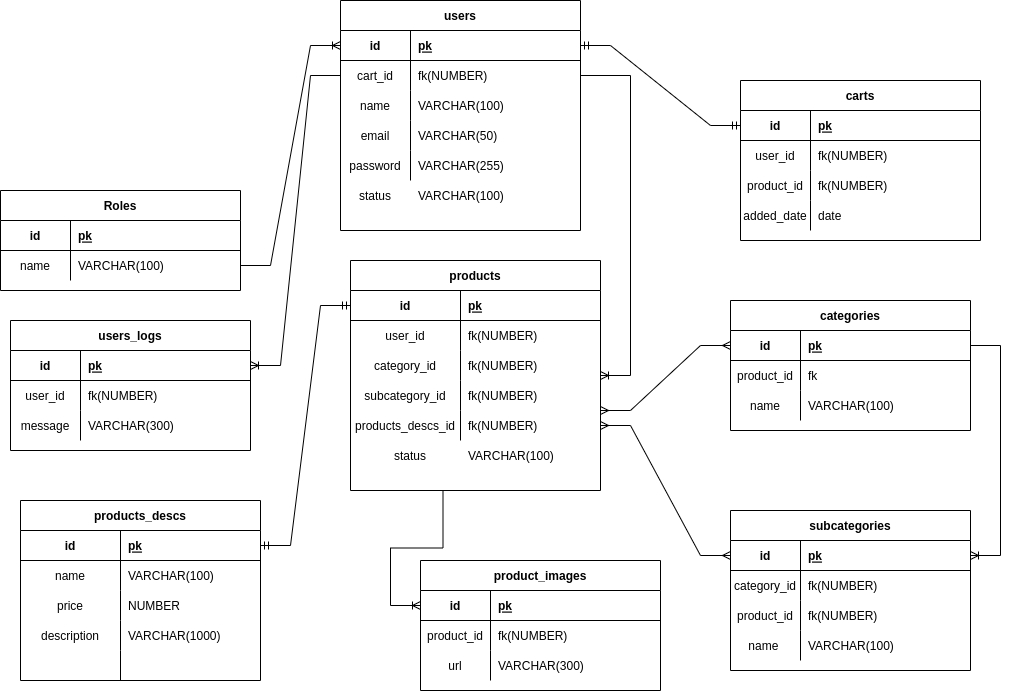
Before: db_diagram.png, a diagram exported from draw.io (DimaPekutko/DBMS-2022-053504). Source tidied: cells renumbered, new cells last; positions are measured from the earlier drawing's top-left corner, leaving out a move shared by most shapes.
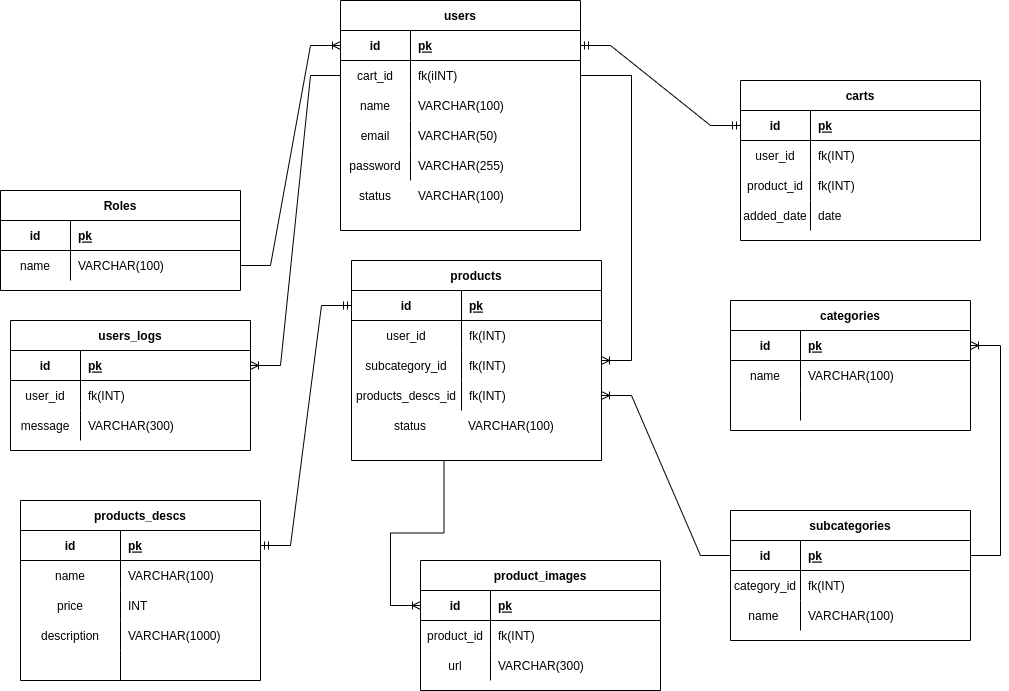
Above is the later version.

Commit message:
fix lab2 bugs

The edit, as a diff of the source:
```diff
@@ -20,7 +20,7 @@
     <mxCell id="7" value="cart_id" style="shape=partialRectangle;fillColor=none;top=0;left=0;bottom=0;right=0;overflow=hidden;" parent="6" vertex="1">
       <mxGeometry width="70" height="30" as="geometry" />
     </mxCell>
-    <mxCell id="8" value="fk(NUMBER)" style="shape=partialRectangle;fillColor=none;top=0;left=0;bottom=0;right=0;align=left;spacingLeft=6;overflow=hidden;" parent="6" vertex="1">
+    <mxCell id="8" value="fk(iINT)" style="shape=partialRectangle;fillColor=none;top=0;left=0;bottom=0;right=0;align=left;spacingLeft=6;overflow=hidden;" parent="6" vertex="1">
       <mxGeometry x="70" width="170" height="30" as="geometry" />
     </mxCell>
     <mxCell id="9" style="shape=tableRow;horizontal=0;startSize=0;swimlaneHead=0;swimlaneBody=0;fillColor=none;top=0;left=0;right=0;bottom=0;" parent="2" vertex="1">
@@ -89,7 +89,7 @@
     <mxCell id="30" value="user_id" style="shape=partialRectangle;fillColor=none;top=0;left=0;bottom=0;right=0;overflow=hidden;" parent="29" vertex="1">
       <mxGeometry width="70" height="30" as="geometry" />
     </mxCell>
-    <mxCell id="31" value="fk(NUMBER)" style="shape=partialRectangle;fillColor=none;top=0;left=0;bottom=0;right=0;align=left;spacingLeft=6;overflow=hidden;" parent="29" vertex="1">
+    <mxCell id="31" value="fk(INT)" style="shape=partialRectangle;fillColor=none;top=0;left=0;bottom=0;right=0;align=left;spacingLeft=6;overflow=hidden;" parent="29" vertex="1">
       <mxGeometry x="70" width="170" height="30" as="geometry" />
     </mxCell>
     <mxCell id="32" style="shape=tableRow;horizontal=0;startSize=0;swimlaneHead=0;swimlaneBody=0;fillColor=none;top=0;left=0;right=0;bottom=0;" parent="25" vertex="1">
@@ -102,7 +102,7 @@
       <mxGeometry x="70" width="170" height="30" as="geometry" />
     </mxCell>
     <mxCell id="35" value="products" style="shape=table;startSize=30;rowLines=0;fontStyle=1;align=center;" parent="1" vertex="1">
-      <mxGeometry x="350" y="260" width="250" height="230" as="geometry" />
+      <mxGeometry x="351" y="260" width="250" height="200" as="geometry" />
     </mxCell>
     <mxCell id="36" style="shape=tableRow;horizontal=0;startSize=0;swimlaneHead=0;swimlaneBody=0;fillColor=none;points=[[0,0.5],[1,0.5]];portConstraint=eastwest;top=0;left=0;right=0;bottom=1;" parent="35" vertex="1">
       <mxGeometry y="30" width="250" height="30" as="geometry" />
@@ -119,34 +119,25 @@
     <mxCell id="40" value="user_id" style="shape=partialRectangle;fillColor=none;top=0;left=0;bottom=0;right=0;overflow=hidden;" parent="39" vertex="1">
       <mxGeometry width="110" height="30" as="geometry" />
     </mxCell>
-    <mxCell id="41" value="fk(NUMBER)" style="shape=partialRectangle;fillColor=none;top=0;left=0;bottom=0;right=0;align=left;spacingLeft=6;overflow=hidden;" parent="39" vertex="1">
+    <mxCell id="41" value="fk(INT)" style="shape=partialRectangle;fillColor=none;top=0;left=0;bottom=0;right=0;align=left;spacingLeft=6;overflow=hidden;" parent="39" vertex="1">
       <mxGeometry x="110" width="140" height="30" as="geometry" />
     </mxCell>
-    <mxCell id="42" style="shape=tableRow;horizontal=0;startSize=0;swimlaneHead=0;swimlaneBody=0;fillColor=none;top=0;left=0;right=0;bottom=0;" parent="35" vertex="1">
-      <mxGeometry y="90" width="250" height="30" as="geometry" />
-    </mxCell>
-    <mxCell id="43" value="category_id" style="shape=partialRectangle;fillColor=none;top=0;left=0;bottom=0;right=0;overflow=hidden;" parent="42" vertex="1">
-      <mxGeometry width="110" height="30" as="geometry" />
-    </mxCell>
-    <mxCell id="44" value="fk(NUMBER)" style="shape=partialRectangle;fillColor=none;top=0;left=0;bottom=0;right=0;align=left;spacingLeft=6;overflow=hidden;" parent="42" vertex="1">
-      <mxGeometry x="110" width="140" height="30" as="geometry" />
-    </mxCell>
     <mxCell id="45" style="shape=tableRow;horizontal=0;startSize=0;swimlaneHead=0;swimlaneBody=0;fillColor=none;top=0;left=0;right=0;bottom=0;" parent="35" vertex="1">
-      <mxGeometry y="120" width="250" height="30" as="geometry" />
+      <mxGeometry y="90" width="250" height="30" as="geometry" />
     </mxCell>
     <mxCell id="46" value="subcategory_id" style="shape=partialRectangle;fillColor=none;top=0;left=0;bottom=0;right=0;overflow=hidden;" parent="45" vertex="1">
       <mxGeometry width="110" height="30" as="geometry" />
     </mxCell>
-    <mxCell id="47" value="fk(NUMBER)" style="shape=partialRectangle;fillColor=none;top=0;left=0;bottom=0;right=0;align=left;spacingLeft=6;overflow=hidden;" parent="45" vertex="1">
+    <mxCell id="47" value="fk(INT)" style="shape=partialRectangle;fillColor=none;top=0;left=0;bottom=0;right=0;align=left;spacingLeft=6;overflow=hidden;" parent="45" vertex="1">
       <mxGeometry x="110" width="140" height="30" as="geometry" />
     </mxCell>
     <mxCell id="48" style="shape=tableRow;horizontal=0;startSize=0;swimlaneHead=0;swimlaneBody=0;fillColor=none;points=[[0,0.5],[1,0.5]];portConstraint=eastwest;top=0;left=0;right=0;bottom=0;" parent="35" vertex="1">
-      <mxGeometry y="150" width="250" height="30" as="geometry" />
+      <mxGeometry y="120" width="250" height="30" as="geometry" />
     </mxCell>
     <mxCell id="49" value="products_descs_id" style="shape=partialRectangle;fillColor=none;top=0;left=0;bottom=0;right=0;overflow=hidden;" parent="48" vertex="1">
       <mxGeometry width="110" height="30" as="geometry" />
     </mxCell>
-    <mxCell id="50" value="fk(NUMBER)" style="shape=partialRectangle;fillColor=none;top=0;left=0;bottom=0;right=0;align=left;spacingLeft=6;overflow=hidden;" parent="48" vertex="1">
+    <mxCell id="50" value="fk(INT)" style="shape=partialRectangle;fillColor=none;top=0;left=0;bottom=0;right=0;align=left;spacingLeft=6;overflow=hidden;" parent="48" vertex="1">
       <mxGeometry x="110" width="140" height="30" as="geometry" />
     </mxCell>
     <mxCell id="51" style="shape=tableRow;horizontal=0;startSize=0;swimlaneHead=0;swimlaneBody=0;fillColor=none;top=0;left=0;right=0;bottom=0;" parent="1" vertex="1">
@@ -167,24 +158,24 @@
     <mxCell id="56" value="pk" style="shape=partialRectangle;fillColor=none;top=0;left=0;bottom=0;right=0;align=left;spacingLeft=6;fontStyle=5;overflow=hidden;" parent="54" vertex="1">
       <mxGeometry x="70" width="170" height="30" as="geometry" />
     </mxCell>
+    <mxCell id="60" style="shape=tableRow;horizontal=0;startSize=0;swimlaneHead=0;swimlaneBody=0;fillColor=none;top=0;left=0;right=0;bottom=0;" parent="53" vertex="1">
+      <mxGeometry y="60" width="240" height="30" as="geometry" />
+    </mxCell>
+    <mxCell id="61" value="name" style="shape=partialRectangle;fillColor=none;top=0;left=0;bottom=0;right=0;overflow=hidden;" parent="60" vertex="1">
+      <mxGeometry width="70" height="30" as="geometry" />
+    </mxCell>
+    <mxCell id="62" value="VARCHAR(100)" style="shape=partialRectangle;fillColor=none;top=0;left=0;bottom=0;right=0;align=left;spacingLeft=6;overflow=hidden;" parent="60" vertex="1">
+      <mxGeometry x="70" width="170" height="30" as="geometry" />
+    </mxCell>
     <mxCell id="57" style="shape=tableRow;horizontal=0;startSize=0;swimlaneHead=0;swimlaneBody=0;fillColor=none;top=0;left=0;right=0;bottom=0;" parent="53" vertex="1">
-      <mxGeometry y="60" width="240" height="30" as="geometry" />
+      <mxGeometry y="90" width="240" height="30" as="geometry" />
     </mxCell>
-    <mxCell id="58" value="product_id" style="shape=partialRectangle;fillColor=none;top=0;left=0;bottom=0;right=0;overflow=hidden;" parent="57" vertex="1">
+    <mxCell id="58" style="shape=partialRectangle;fillColor=none;top=0;left=0;bottom=0;right=0;overflow=hidden;" parent="57" vertex="1">
       <mxGeometry width="70" height="30" as="geometry" />
     </mxCell>
-    <mxCell id="59" value="fk" style="shape=partialRectangle;fillColor=none;top=0;left=0;bottom=0;right=0;align=left;spacingLeft=6;overflow=hidden;" parent="57" vertex="1">
+    <mxCell id="59" style="shape=partialRectangle;fillColor=none;top=0;left=0;bottom=0;right=0;align=left;spacingLeft=6;overflow=hidden;" parent="57" vertex="1">
       <mxGeometry x="70" width="170" height="30" as="geometry" />
     </mxCell>
-    <mxCell id="60" style="shape=tableRow;horizontal=0;startSize=0;swimlaneHead=0;swimlaneBody=0;fillColor=none;top=0;left=0;right=0;bottom=0;" parent="53" vertex="1">
-      <mxGeometry y="90" width="240" height="30" as="geometry" />
-    </mxCell>
-    <mxCell id="61" value="name" style="shape=partialRectangle;fillColor=none;top=0;left=0;bottom=0;right=0;overflow=hidden;" parent="60" vertex="1">
-      <mxGeometry width="70" height="30" as="geometry" />
-    </mxCell>
-    <mxCell id="62" value="VARCHAR(100)" style="shape=partialRectangle;fillColor=none;top=0;left=0;bottom=0;right=0;align=left;spacingLeft=6;overflow=hidden;" parent="60" vertex="1">
-      <mxGeometry x="70" width="170" height="30" as="geometry" />
-    </mxCell>
     <mxCell id="63" value="carts" style="shape=table;startSize=30;rowLines=0;fontStyle=1;align=center;" parent="1" vertex="1">
       <mxGeometry x="740" y="80" width="240" height="160" as="geometry" />
     </mxCell>
@@ -203,7 +194,7 @@
     <mxCell id="68" value="user_id" style="shape=partialRectangle;fillColor=none;top=0;left=0;bottom=0;right=0;overflow=hidden;" parent="67" vertex="1">
       <mxGeometry width="70" height="30" as="geometry" />
     </mxCell>
-    <mxCell id="69" value="fk(NUMBER)" style="shape=partialRectangle;fillColor=none;top=0;left=0;bottom=0;right=0;align=left;spacingLeft=6;overflow=hidden;" parent="67" vertex="1">
+    <mxCell id="69" value="fk(INT)" style="shape=partialRectangle;fillColor=none;top=0;left=0;bottom=0;right=0;align=left;spacingLeft=6;overflow=hidden;" parent="67" vertex="1">
       <mxGeometry x="70" width="170" height="30" as="geometry" />
     </mxCell>
     <mxCell id="70" style="shape=tableRow;horizontal=0;startSize=0;swimlaneHead=0;swimlaneBody=0;fillColor=none;top=0;left=0;right=0;bottom=0;" parent="63" vertex="1">
@@ -212,7 +203,7 @@
     <mxCell id="71" value="product_id" style="shape=partialRectangle;fillColor=none;top=0;left=0;bottom=0;right=0;overflow=hidden;" parent="70" vertex="1">
       <mxGeometry width="70" height="30" as="geometry" />
     </mxCell>
-    <mxCell id="72" value="fk(NUMBER)" style="shape=partialRectangle;fillColor=none;top=0;left=0;bottom=0;right=0;align=left;spacingLeft=6;overflow=hidden;" parent="70" vertex="1">
+    <mxCell id="72" value="fk(INT)" style="shape=partialRectangle;fillColor=none;top=0;left=0;bottom=0;right=0;align=left;spacingLeft=6;overflow=hidden;" parent="70" vertex="1">
       <mxGeometry x="70" width="170" height="30" as="geometry" />
     </mxCell>
     <mxCell id="73" style="shape=tableRow;horizontal=0;startSize=0;swimlaneHead=0;swimlaneBody=0;fillColor=none;top=0;left=0;right=0;bottom=0;" parent="63" vertex="1">
@@ -225,7 +216,7 @@
       <mxGeometry x="70" width="170" height="30" as="geometry" />
     </mxCell>
     <mxCell id="76" value="subcategories" style="shape=table;startSize=30;rowLines=0;fontStyle=1;align=center;" parent="1" vertex="1">
-      <mxGeometry x="730" y="510" width="240" height="160" as="geometry" />
+      <mxGeometry x="730" y="510" width="240" height="130" as="geometry" />
     </mxCell>
     <mxCell id="77" style="shape=tableRow;horizontal=0;startSize=0;swimlaneHead=0;swimlaneBody=0;fillColor=none;points=[[0,0.5],[1,0.5]];portConstraint=eastwest;top=0;left=0;right=0;bottom=1;" parent="76" vertex="1">
       <mxGeometry y="30" width="240" height="30" as="geometry" />
@@ -242,20 +233,11 @@
     <mxCell id="81" value="category_id" style="shape=partialRectangle;fillColor=none;top=0;left=0;bottom=0;right=0;overflow=hidden;" parent="80" vertex="1">
       <mxGeometry width="70" height="30" as="geometry" />
     </mxCell>
-    <mxCell id="82" value="fk(NUMBER)" style="shape=partialRectangle;fillColor=none;top=0;left=0;bottom=0;right=0;align=left;spacingLeft=6;overflow=hidden;" parent="80" vertex="1">
+    <mxCell id="82" value="fk(INT)" style="shape=partialRectangle;fillColor=none;top=0;left=0;bottom=0;right=0;align=left;spacingLeft=6;overflow=hidden;" parent="80" vertex="1">
       <mxGeometry x="70" width="170" height="30" as="geometry" />
     </mxCell>
-    <mxCell id="83" style="shape=tableRow;horizontal=0;startSize=0;swimlaneHead=0;swimlaneBody=0;fillColor=none;top=0;left=0;right=0;bottom=0;" parent="76" vertex="1">
-      <mxGeometry y="90" width="240" height="30" as="geometry" />
-    </mxCell>
-    <mxCell id="84" value="product_id" style="shape=partialRectangle;fillColor=none;top=0;left=0;bottom=0;right=0;overflow=hidden;" parent="83" vertex="1">
-      <mxGeometry width="70" height="30" as="geometry" />
-    </mxCell>
-    <mxCell id="85" value="fk(NUMBER)" style="shape=partialRectangle;fillColor=none;top=0;left=0;bottom=0;right=0;align=left;spacingLeft=6;overflow=hidden;" parent="83" vertex="1">
-      <mxGeometry x="70" width="170" height="30" as="geometry" />
-    </mxCell>
     <mxCell id="86" style="shape=tableRow;horizontal=0;startSize=0;swimlaneHead=0;swimlaneBody=0;fillColor=none;top=0;left=0;right=0;bottom=0;" parent="76" vertex="1">
-      <mxGeometry y="120" width="240" height="30" as="geometry" />
+      <mxGeometry y="90" width="240" height="30" as="geometry" />
     </mxCell>
     <mxCell id="87" value="name " style="shape=partialRectangle;fillColor=none;top=0;left=0;bottom=0;right=0;overflow=hidden;" parent="86" vertex="1">
       <mxGeometry width="70" height="30" as="geometry" />
@@ -281,7 +263,7 @@
     <mxCell id="94" value="product_id" style="shape=partialRectangle;fillColor=none;top=0;left=0;bottom=0;right=0;overflow=hidden;" parent="93" vertex="1">
       <mxGeometry width="70" height="30" as="geometry" />
     </mxCell>
-    <mxCell id="95" value="fk(NUMBER)" style="shape=partialRectangle;fillColor=none;top=0;left=0;bottom=0;right=0;align=left;spacingLeft=6;overflow=hidden;" parent="93" vertex="1">
+    <mxCell id="95" value="fk(INT)" style="shape=partialRectangle;fillColor=none;top=0;left=0;bottom=0;right=0;align=left;spacingLeft=6;overflow=hidden;" parent="93" vertex="1">
       <mxGeometry x="70" width="170" height="30" as="geometry" />
     </mxCell>
     <mxCell id="96" style="shape=tableRow;horizontal=0;startSize=0;swimlaneHead=0;swimlaneBody=0;fillColor=none;top=0;left=0;right=0;bottom=0;" parent="89" vertex="1">
@@ -305,15 +287,7 @@
     <mxCell id="102" style="edgeStyle=entityRelationEdgeStyle;fontSize=12;html=1;endArrow=ERoneToMany;rounded=0;exitX=1;exitY=0.5;exitDx=0;exitDy=0;" parent="1" edge="1" source="6" target="35">
       <mxGeometry relative="1" as="geometry" />
     </mxCell>
-    <mxCell id="103" style="edgeStyle=entityRelationEdgeStyle;fontSize=12;html=1;endArrow=ERmany;startArrow=ERmany;rounded=0;entryX=0;entryY=0.5;entryDx=0;entryDy=0;exitX=1;exitY=0.5;exitDx=0;exitDy=0;" parent="1" edge="1" source="48" target="77">
-      <mxGeometry relative="1" as="geometry" />
-    </mxCell>
-    <mxCell id="104" style="edgeStyle=entityRelationEdgeStyle;fontSize=12;html=1;endArrow=ERmany;startArrow=ERmany;rounded=0;entryX=0;entryY=0.5;entryDx=0;entryDy=0;exitX=1;exitY=0.5;exitDx=0;exitDy=0;" parent="1" edge="1" target="54">
-      <mxGeometry relative="1" as="geometry">
-        <mxPoint x="600" y="410" as="sourcePoint" />
-      </mxGeometry>
-    </mxCell>
-    <mxCell id="105" style="edgeStyle=entityRelationEdgeStyle;fontSize=12;html=1;endArrow=ERoneToMany;rounded=0;exitX=1;exitY=0.5;exitDx=0;exitDy=0;entryX=1;entryY=0.5;entryDx=0;entryDy=0;" parent="1" edge="1" source="54" target="77">
+    <mxCell id="105" style="edgeStyle=entityRelationEdgeStyle;fontSize=12;html=1;endArrow=ERoneToMany;rounded=0;entryX=1;entryY=0.5;entryDx=0;entryDy=0;exitX=1;exitY=0.5;exitDx=0;exitDy=0;" parent="1" edge="1" source="77" target="54">
       <mxGeometry relative="1" as="geometry" />
     </mxCell>
     <mxCell id="106" style="shape=tableRow;horizontal=0;startSize=0;swimlaneHead=0;swimlaneBody=0;fillColor=none;top=0;left=0;right=0;bottom=0;" parent="1" vertex="1">
@@ -358,7 +332,7 @@
     <mxCell id="119" value="price" style="shape=partialRectangle;fillColor=none;top=0;left=0;bottom=0;right=0;overflow=hidden;" parent="118" vertex="1">
       <mxGeometry width="100" height="30" as="geometry" />
     </mxCell>
-    <mxCell id="120" value="NUMBER" style="shape=partialRectangle;fillColor=none;top=0;left=0;bottom=0;right=0;align=left;spacingLeft=6;overflow=hidden;" parent="118" vertex="1">
+    <mxCell id="120" value="INT" style="shape=partialRectangle;fillColor=none;top=0;left=0;bottom=0;right=0;align=left;spacingLeft=6;overflow=hidden;" parent="118" vertex="1">
       <mxGeometry x="100" width="140" height="30" as="geometry" />
     </mxCell>
     <mxCell id="121" style="shape=tableRow;horizontal=0;startSize=0;swimlaneHead=0;swimlaneBody=0;fillColor=none;top=0;left=0;right=0;bottom=0;" parent="111" vertex="1">
@@ -386,10 +360,13 @@
       <mxGeometry relative="1" as="geometry" />
     </mxCell>
     <mxCell id="129" value="status" style="shape=partialRectangle;fillColor=none;top=0;left=0;bottom=0;right=0;overflow=hidden;" parent="1" vertex="1">
-      <mxGeometry x="360" y="440" width="100" height="30" as="geometry" />
+      <mxGeometry x="360" y="410" width="100" height="30" as="geometry" />
     </mxCell>
     <mxCell id="130" value="VARCHAR(100)" style="shape=partialRectangle;fillColor=none;top=0;left=0;bottom=0;right=0;align=left;spacingLeft=6;overflow=hidden;" parent="1" vertex="1">
-      <mxGeometry x="460" y="440" width="140" height="30" as="geometry" />
+      <mxGeometry x="460" y="410" width="140" height="30" as="geometry" />
     </mxCell>
+    <mxCell id="131" style="edgeStyle=entityRelationEdgeStyle;fontSize=12;html=1;endArrow=ERoneToMany;rounded=0;exitX=0;exitY=0.5;exitDx=0;exitDy=0;entryX=1;entryY=0.5;entryDx=0;entryDy=0;" parent="1" edge="1" source="77" target="48">
+      <mxGeometry relative="1" as="geometry" />
+    </mxCell>
   </root>
 </mxGraphModel>
```
